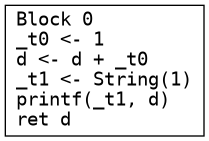
This is bar.png from seanchuck/compiler-s25, a Graphviz export, as it was before one commit. Its source is kept beside it as bar.dot.
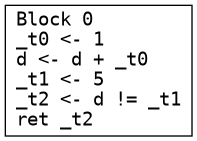
The same diagram one commit later.

What changed in the source:
```diff
@@ -1,4 +1,4 @@
 digraph CFG {
   node [shape=box fontname="monospace"];
-  0 [label="Block 0\l_t0 <- 1\ld <- d + _t0\l_t1 <- String(1)\lprintf(_t1, d)\lret d\l"];
+  0 [label="Block 0\l_t0 <- 1\ld <- d + _t0\l_t1 <- 5\l_t2 <- d != _t1\lret _t2\l"];
 }
```
